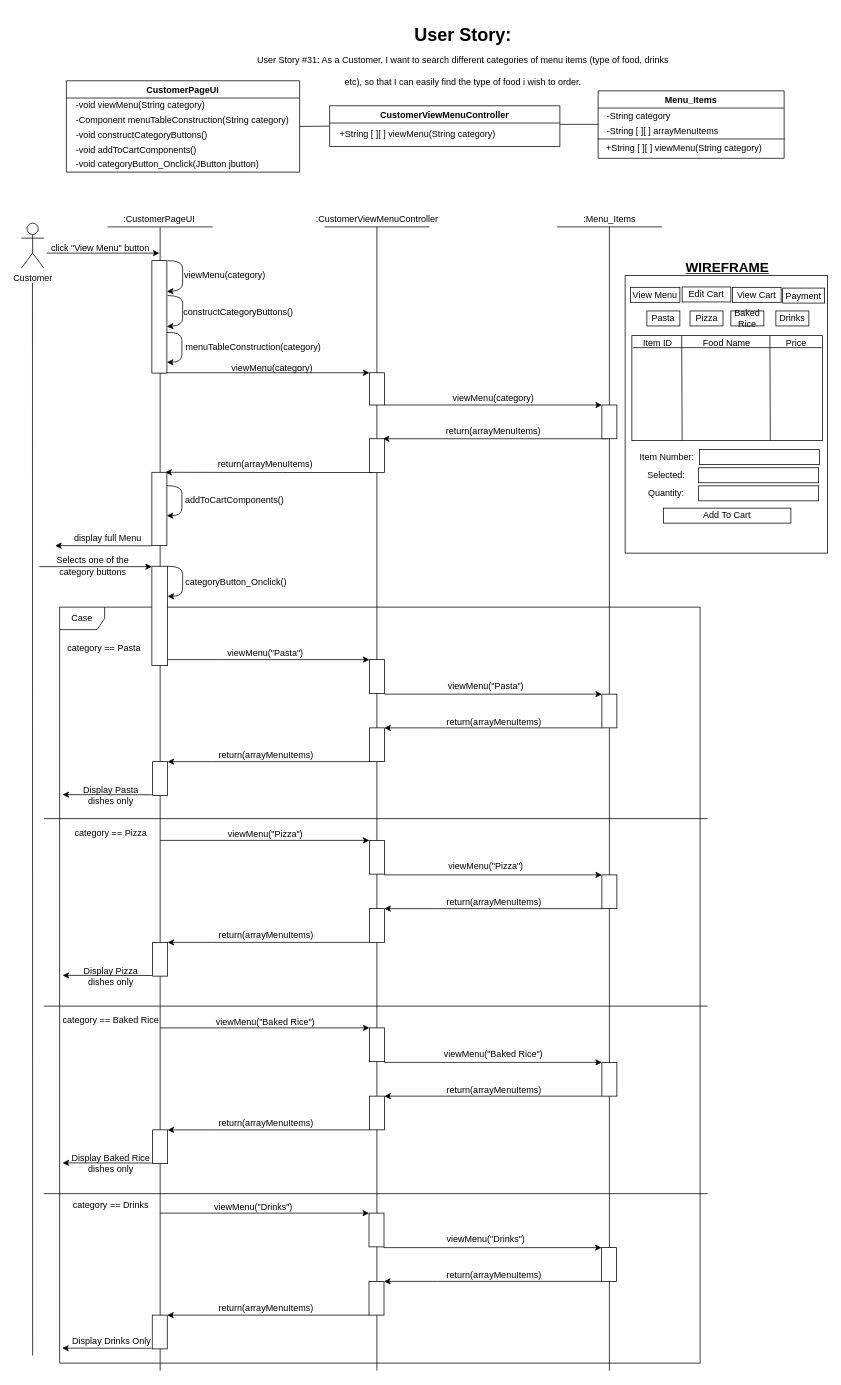
Earlier version of the draw.io diagram BCE_UML_and_Diagrams/Customer (WIP)/Customer_SearchCategory(#31)/UserStory#31_Customer_SearchCategory.drawio (extred5700/JAVAGUI-Restaurant-Table-Order-System). Source tidied: cells renumbered, new cells numbered last; positions are measured from the earlier drawing's top-left corner, leaving out a move shared by most shapes. Both pictures are drawn from the tidied source at 75%, with x=0, y=0 at pixel (21, 20).
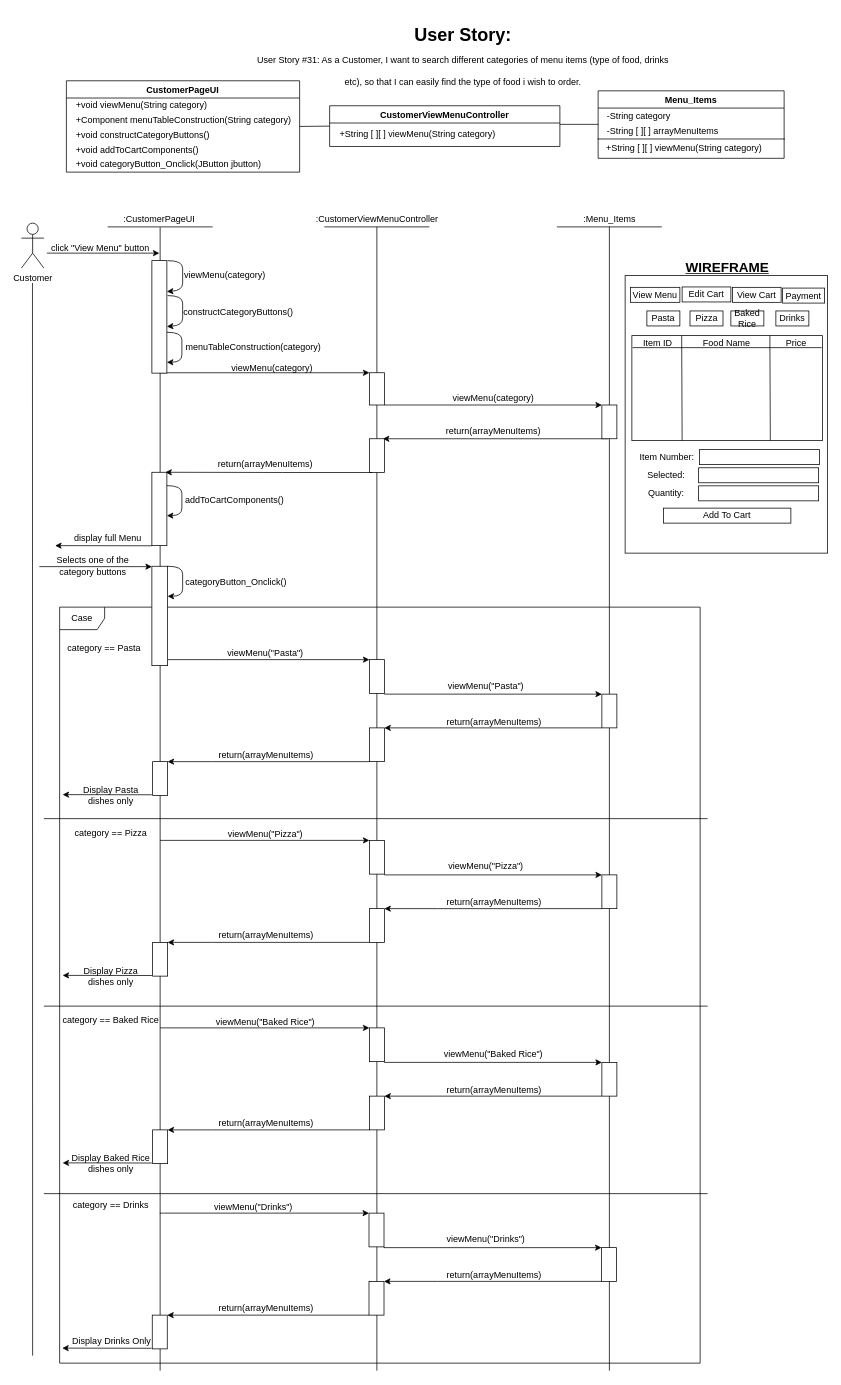
The same page after the edit.

The change refers to these unchanged cells:
```xml
<mxCell id="5" value="CustomerPageUI" style="swimlane;" parent="1" vertex="1">
  <mxGeometry x="60" y="80.2" width="311" height="121.8" as="geometry" />
</mxCell>
```

Change to the diagram source:
```diff
@@
-    <mxCell id="6" value="-void viewMenu(String category)" style="text;html=1;align=left;verticalAlign=middle;strokeColor=none;fillColor=none;" parent="5" vertex="1">
+    <mxCell id="6" value="+void viewMenu(String category)" style="text;html=1;align=left;verticalAlign=middle;strokeColor=none;fillColor=none;" parent="5" vertex="1">
       <mxGeometry x="11" y="23" width="190" height="20" as="geometry" />
     </mxCell>
-    <mxCell id="7" value="-Component menuTableConstruction(String category)" style="text;html=1;align=left;verticalAlign=middle;strokeColor=none;fillColor=none;" parent="5" vertex="1">
+    <mxCell id="7" value="+Component menuTableConstruction(String category)" style="text;html=1;align=left;verticalAlign=middle;strokeColor=none;fillColor=none;" parent="5" vertex="1">
       <mxGeometry x="11" y="43" width="300" height="20" as="geometry" />
     </mxCell>
-    <mxCell id="8" value="-void constructCategoryButtons()" style="text;html=1;align=left;verticalAlign=middle;strokeColor=none;fillColor=none;" parent="5" vertex="1">
+    <mxCell id="8" value="+void constructCategoryButtons()" style="text;html=1;align=left;verticalAlign=middle;strokeColor=none;fillColor=none;" parent="5" vertex="1">
       <mxGeometry x="11" y="63" width="190" height="20" as="geometry" />
     </mxCell>
-    <mxCell id="9" value="-void addToCartComponents()" style="text;html=1;align=left;verticalAlign=middle;strokeColor=none;fillColor=none;" parent="5" vertex="1">
+    <mxCell id="9" value="+void addToCartComponents()" style="text;html=1;align=left;verticalAlign=middle;strokeColor=none;fillColor=none;" parent="5" vertex="1">
       <mxGeometry x="11" y="83" width="180" height="20" as="geometry" />
     </mxCell>
-    <mxCell id="10" value="-void categoryButton_Onclick(JButton jbutton)" style="text;html=1;align=left;verticalAlign=middle;strokeColor=none;fillColor=none;" parent="5" vertex="1">
+    <mxCell id="10" value="+void categoryButton_Onclick(JButton jbutton)" style="text;html=1;align=left;verticalAlign=middle;strokeColor=none;fillColor=none;" parent="5" vertex="1">
       <mxGeometry x="11" y="101.8" width="260" height="20" as="geometry" />
     </mxCell>
```
